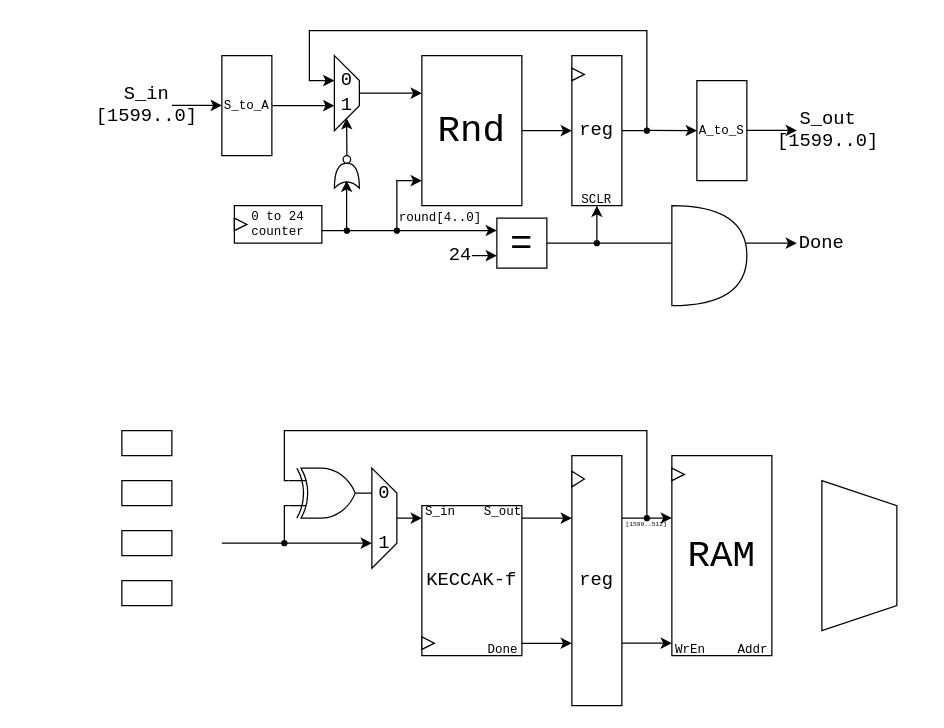
This is KECCAK.drawio from NTP17/SHAKE256_sv, a draw.io file, before an edit. Source tidied: cells renumbered, new cells numbered last; positions are measured from the earlier drawing's top-left corner, leaving out a move shared by most shapes. Both pictures are drawn from the tidied source at 125%, with x=0, y=0 at pixel (121, 30).
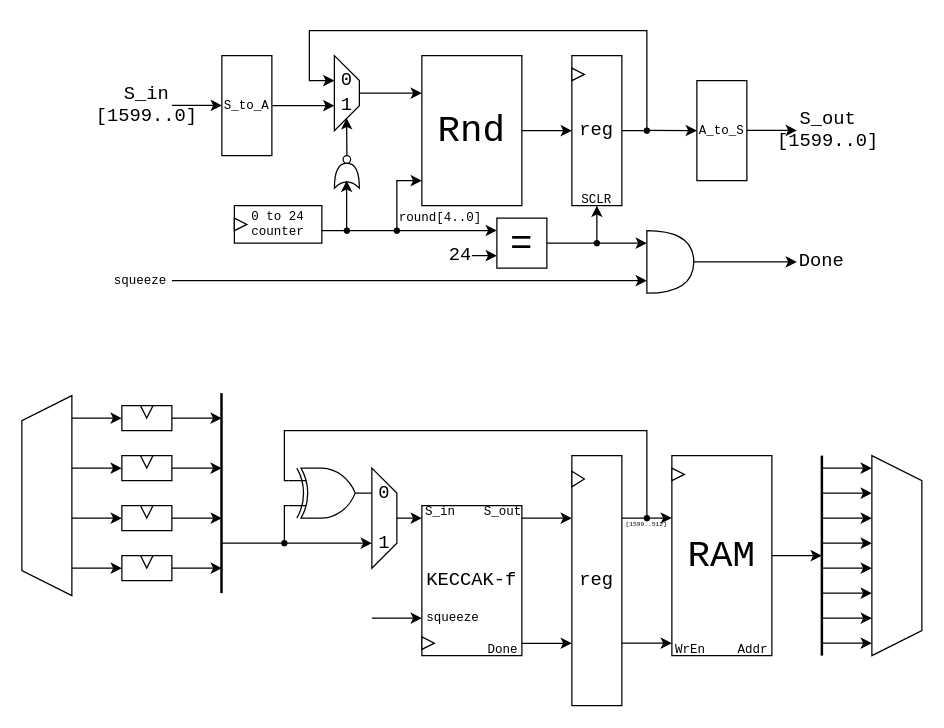
The same diagram, later.

The change refers to these unchanged cells:
```xml
<mxCell id="40" style="group;" parent="1" vertex="1">
  <mxGeometry x="240" y="380" width="80" height="120" as="geometry" />
</mxCell>
```

The edit, as a diff of the source:
```diff
@@
     <mxCell id="37" style="endArrow=classic;html=1;rounded=0;" parent="1" edge="1">
       <mxGeometry relative="1" as="geometry">
         <mxPoint x="380" y="170" as="sourcePoint" />
-        <mxPoint x="540" y="170" as="targetPoint" />
+        <mxPoint x="420" y="170" as="targetPoint" />
       </mxGeometry>
     </mxCell>
@@
     <mxCell id="39" value="Done" style="text;html=1;strokeColor=none;fillColor=none;align=center;verticalAlign=middle;whiteSpace=wrap;rounded=0;fontSize=15;fontFamily=Courier New;" parent="1" vertex="1">
-      <mxGeometry x="540" y="162.5" width="40" height="15" as="geometry" />
+      <mxGeometry x="540" y="177.5" width="40" height="15" as="geometry" />
     </mxCell>
@@
+    <mxCell id="81" value="squeeze" style="text;html=1;strokeColor=none;fillColor=none;align=center;verticalAlign=middle;whiteSpace=wrap;rounded=0;fontFamily=Courier New;fontSize=10;" parent="40" vertex="1">
+      <mxGeometry y="85" width="50" height="10" as="geometry" />
+    </mxCell>
@@
     <mxCell id="75" style="shape=or;whiteSpace=wrap;html=1;" parent="1" vertex="1">
-      <mxGeometry x="440" y="140" width="60" height="80" as="geometry" />
+      <mxGeometry x="420" y="160" width="37.5" height="50" as="geometry" />
     </mxCell>
     <mxCell id="76" style="rounded=0;whiteSpace=wrap;html=1;" parent="1" vertex="1">
-      <mxGeometry y="320" width="40" height="20" as="geometry" />
+      <mxGeometry y="300" width="40" height="20" as="geometry" />
     </mxCell>
     <mxCell id="77" style="rounded=0;whiteSpace=wrap;html=1;" parent="1" vertex="1">
-      <mxGeometry y="360" width="40" height="20" as="geometry" />
+      <mxGeometry y="340" width="40" height="20" as="geometry" />
     </mxCell>
     <mxCell id="78" style="rounded=0;whiteSpace=wrap;html=1;" parent="1" vertex="1">
-      <mxGeometry y="400" width="40" height="20" as="geometry" />
+      <mxGeometry y="380" width="40" height="20" as="geometry" />
     </mxCell>
     <mxCell id="79" style="rounded=0;whiteSpace=wrap;html=1;" parent="1" vertex="1">
-      <mxGeometry y="440" width="40" height="20" as="geometry" />
+      <mxGeometry y="420" width="40" height="20" as="geometry" />
     </mxCell>
     <mxCell id="80" style="shape=trapezoid;perimeter=trapezoidPerimeter;whiteSpace=wrap;html=1;fixedSize=1;rotation=90;" parent="1" vertex="1">
-      <mxGeometry x="530" y="390" width="120" height="60" as="geometry" />
+      <mxGeometry x="540" y="400" width="160" height="40" as="geometry" />
     </mxCell>
+    <mxCell id="82" value="squeeze" style="text;html=1;strokeColor=none;fillColor=none;align=center;verticalAlign=middle;whiteSpace=wrap;rounded=0;fontFamily=Courier New;fontSize=10;" parent="1" vertex="1">
+      <mxGeometry x="-10" y="190" width="50" height="20" as="geometry" />
+    </mxCell>
+    <mxCell id="83" style="endArrow=classic;html=1;rounded=0;" parent="1" edge="1">
+      <mxGeometry relative="1" as="geometry">
+        <mxPoint x="40" y="200" as="sourcePoint" />
+        <mxPoint x="420" y="200" as="targetPoint" />
+      </mxGeometry>
+    </mxCell>
+    <mxCell id="84" style="endArrow=classic;html=1;rounded=0;" parent="1" edge="1">
+      <mxGeometry relative="1" as="geometry">
+        <mxPoint x="457.5" y="184.9" as="sourcePoint" />
+        <mxPoint x="540" y="185" as="targetPoint" />
+      </mxGeometry>
+    </mxCell>
+    <mxCell id="85" style="endArrow=classic;html=1;rounded=0;" parent="1" edge="1">
+      <mxGeometry relative="1" as="geometry">
+        <mxPoint x="200" y="470" as="sourcePoint" />
+        <mxPoint x="240" y="470" as="targetPoint" />
+      </mxGeometry>
+    </mxCell>
+    <mxCell id="86" style="endArrow=none;html=1;rounded=0;strokeWidth=2;" parent="1" edge="1">
+      <mxGeometry relative="1" as="geometry">
+        <mxPoint x="560" y="500" as="sourcePoint" />
+        <mxPoint x="560" y="340" as="targetPoint" />
+      </mxGeometry>
+    </mxCell>
+    <mxCell id="87" style="endArrow=classic;html=1;rounded=0;" parent="1" edge="1">
+      <mxGeometry relative="1" as="geometry">
+        <mxPoint x="520" y="420" as="sourcePoint" />
+        <mxPoint x="560" y="420" as="targetPoint" />
+      </mxGeometry>
+    </mxCell>
+    <mxCell id="88" style="endArrow=classic;html=1;rounded=0;" parent="1" edge="1">
+      <mxGeometry relative="1" as="geometry">
+        <mxPoint x="560" y="350" as="sourcePoint" />
+        <mxPoint x="600" y="350" as="targetPoint" />
+      </mxGeometry>
+    </mxCell>
+    <mxCell id="89" style="endArrow=classic;html=1;rounded=0;" parent="1" edge="1">
+      <mxGeometry relative="1" as="geometry">
+        <mxPoint x="560" y="370" as="sourcePoint" />
+        <mxPoint x="600" y="370" as="targetPoint" />
+      </mxGeometry>
+    </mxCell>
+    <mxCell id="90" style="endArrow=classic;html=1;rounded=0;" parent="1" edge="1">
+      <mxGeometry relative="1" as="geometry">
+        <mxPoint x="560" y="390" as="sourcePoint" />
+        <mxPoint x="600" y="390" as="targetPoint" />
+      </mxGeometry>
+    </mxCell>
+    <mxCell id="91" style="endArrow=classic;html=1;rounded=0;" parent="1" edge="1">
+      <mxGeometry relative="1" as="geometry">
+        <mxPoint x="560" y="410" as="sourcePoint" />
+        <mxPoint x="600" y="410" as="targetPoint" />
+      </mxGeometry>
+    </mxCell>
+    <mxCell id="92" style="endArrow=classic;html=1;rounded=0;" parent="1" edge="1">
+      <mxGeometry relative="1" as="geometry">
+        <mxPoint x="560" y="430" as="sourcePoint" />
+        <mxPoint x="600" y="430" as="targetPoint" />
+      </mxGeometry>
+    </mxCell>
+    <mxCell id="93" style="endArrow=classic;html=1;rounded=0;" parent="1" edge="1">
+      <mxGeometry relative="1" as="geometry">
+        <mxPoint x="560" y="450" as="sourcePoint" />
+        <mxPoint x="600" y="450" as="targetPoint" />
+      </mxGeometry>
+    </mxCell>
+    <mxCell id="94" style="endArrow=classic;html=1;rounded=0;" parent="1" edge="1">
+      <mxGeometry relative="1" as="geometry">
+        <mxPoint x="560" y="470" as="sourcePoint" />
+        <mxPoint x="600" y="470" as="targetPoint" />
+      </mxGeometry>
+    </mxCell>
+    <mxCell id="95" style="endArrow=classic;html=1;rounded=0;" parent="1" edge="1">
+      <mxGeometry relative="1" as="geometry">
+        <mxPoint x="560" y="490" as="sourcePoint" />
+        <mxPoint x="600" y="490" as="targetPoint" />
+      </mxGeometry>
+    </mxCell>
+    <mxCell id="96" style="shape=trapezoid;perimeter=trapezoidPerimeter;whiteSpace=wrap;html=1;fixedSize=1;rotation=-90;" parent="1" vertex="1">
+      <mxGeometry x="-140" y="352" width="160" height="40" as="geometry" />
+    </mxCell>
+    <mxCell id="97" style="endArrow=none;html=1;rounded=0;strokeWidth=2;" parent="1" edge="1">
+      <mxGeometry relative="1" as="geometry">
+        <mxPoint x="79.7" y="450" as="sourcePoint" />
+        <mxPoint x="79.7" y="290" as="targetPoint" />
+      </mxGeometry>
+    </mxCell>
+    <mxCell id="98" style="endArrow=classic;html=1;rounded=0;" parent="1" edge="1">
+      <mxGeometry relative="1" as="geometry">
+        <mxPoint x="39.9" y="310" as="sourcePoint" />
+        <mxPoint x="79.9" y="310" as="targetPoint" />
+      </mxGeometry>
+    </mxCell>
+    <mxCell id="99" style="triangle;whiteSpace=wrap;html=1;rotation=90;" parent="1" vertex="1">
+      <mxGeometry x="14.9" y="300" width="10" height="10" as="geometry" />
+    </mxCell>
+    <mxCell id="100" style="triangle;whiteSpace=wrap;html=1;rotation=90;" parent="1" vertex="1">
+      <mxGeometry x="14.9" y="340" width="10" height="10" as="geometry" />
+    </mxCell>
+    <mxCell id="101" style="triangle;whiteSpace=wrap;html=1;rotation=90;" parent="1" vertex="1">
+      <mxGeometry x="14.9" y="380" width="10" height="10" as="geometry" />
+    </mxCell>
+    <mxCell id="102" style="triangle;whiteSpace=wrap;html=1;rotation=90;" parent="1" vertex="1">
+      <mxGeometry x="14.9" y="420" width="10" height="10" as="geometry" />
+    </mxCell>
+    <mxCell id="103" style="endArrow=classic;html=1;rounded=0;" parent="1" edge="1">
+      <mxGeometry relative="1" as="geometry">
+        <mxPoint x="39.9" y="350" as="sourcePoint" />
+        <mxPoint x="79.9" y="350" as="targetPoint" />
+      </mxGeometry>
+    </mxCell>
+    <mxCell id="104" style="endArrow=classic;html=1;rounded=0;" parent="1" edge="1">
+      <mxGeometry relative="1" as="geometry">
+        <mxPoint x="40" y="390" as="sourcePoint" />
+        <mxPoint x="80" y="390" as="targetPoint" />
+      </mxGeometry>
+    </mxCell>
+    <mxCell id="105" style="endArrow=classic;html=1;rounded=0;" parent="1" edge="1">
+      <mxGeometry relative="1" as="geometry">
+        <mxPoint x="40" y="430" as="sourcePoint" />
+        <mxPoint x="80" y="430" as="targetPoint" />
+      </mxGeometry>
+    </mxCell>
+    <mxCell id="106" style="endArrow=classic;html=1;rounded=0;" parent="1" edge="1">
+      <mxGeometry relative="1" as="geometry">
+        <mxPoint x="-40.1" y="310" as="sourcePoint" />
+        <mxPoint x="-0.1" y="310" as="targetPoint" />
+      </mxGeometry>
+    </mxCell>
+    <mxCell id="107" style="endArrow=classic;html=1;rounded=0;" parent="1" edge="1">
+      <mxGeometry relative="1" as="geometry">
+        <mxPoint x="-40.1" y="350" as="sourcePoint" />
+        <mxPoint x="-0.1" y="350" as="targetPoint" />
+      </mxGeometry>
+    </mxCell>
+    <mxCell id="108" style="endArrow=classic;html=1;rounded=0;" parent="1" edge="1">
+      <mxGeometry relative="1" as="geometry">
+        <mxPoint x="-40" y="390" as="sourcePoint" />
+        <mxPoint y="390" as="targetPoint" />
+      </mxGeometry>
+    </mxCell>
+    <mxCell id="109" style="endArrow=classic;html=1;rounded=0;" parent="1" edge="1">
+      <mxGeometry relative="1" as="geometry">
+        <mxPoint x="-40" y="430" as="sourcePoint" />
+        <mxPoint y="430" as="targetPoint" />
+      </mxGeometry>
+    </mxCell>
```
